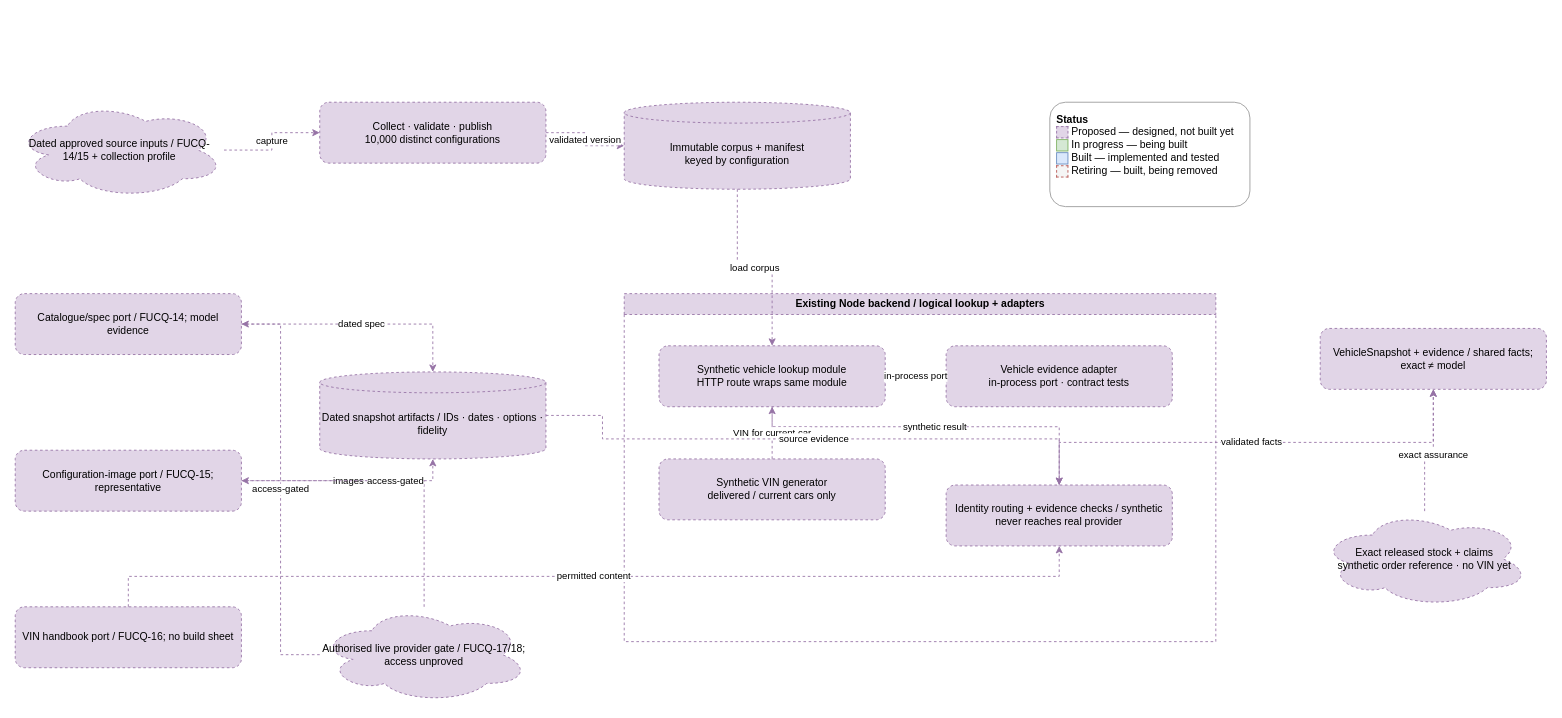
garyscarter-ibm/vehicle-matcher keeps this draw.io diagram as page "06 Vehicle evidence providers" (9 of 15) of docs/design/high-level-design.drawio. Above is the earlier version. Source tidied: cells renumbered, new cells numbered last; positions are measured from the earlier drawing's top-left corner, leaving out a move shared by most shapes. Both pictures are drawn from the tidied source at 87%, with x=0, y=0 at pixel (15, 102).
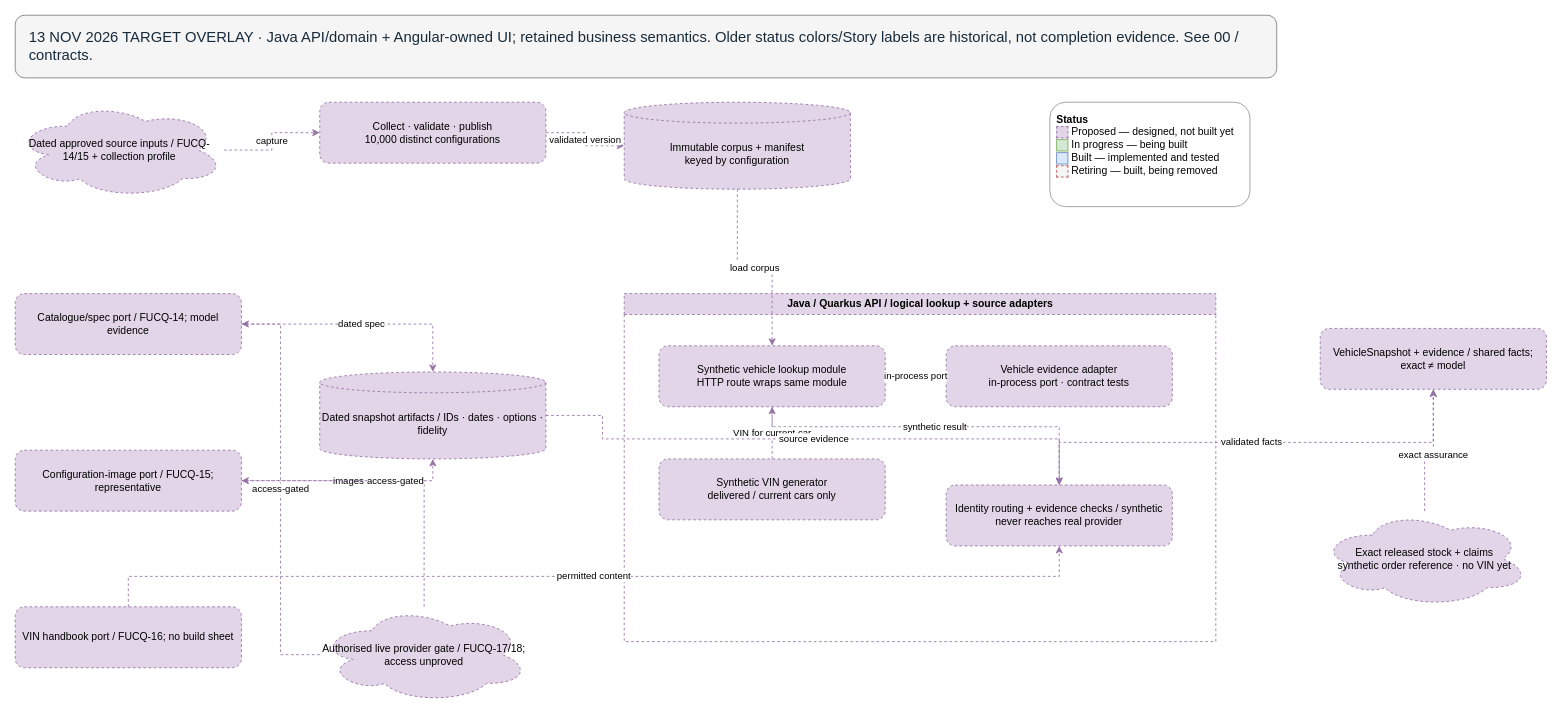
The same diagram, later.

The edit, as a diff of the source:
```diff
@@
-    <mxCell id="5" value="Existing Node backend / logical lookup + adapters" style="swimlane;html=1;startSize=24;strokeColor=#9673a6;dashed=1;fillColor=#e1d5e7;" parent="1" vertex="1">
+    <mxCell id="5" value="Java / Quarkus API / logical lookup + source adapters" style="swimlane;html=1;startSize=24;strokeColor=#9673a6;dashed=1;fillColor=#e1d5e7;" parent="1" vertex="1">
       <mxGeometry x="700" y="220" width="680" height="400" as="geometry" />
     </mxCell>
@@
+    <mxCell id="32" value="13 NOV 2026 TARGET OVERLAY · Java API/domain + Angular-owned UI; retained business semantics. Older status colors/Story labels are historical, not completion evidence. See 00 / contracts." style="rounded=1;whiteSpace=wrap;html=1;fillColor=#f5f5f5;strokeColor=#808080;fontColor=#172a3a;align=left;verticalAlign=middle;spacing=16;fontSize=17;" parent="1" vertex="1">
+      <mxGeometry y="-100" width="1450" height="72" as="geometry" />
+    </mxCell>
```
